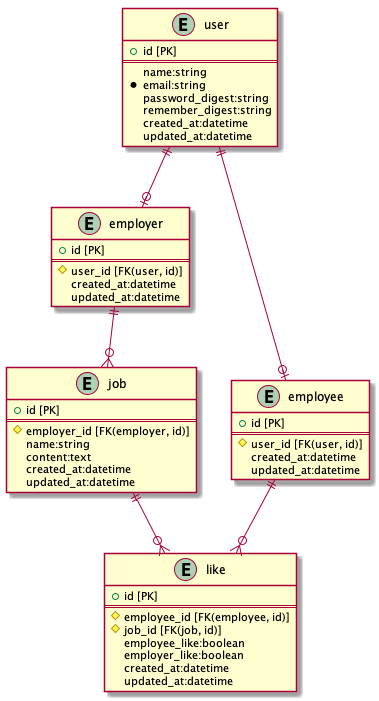
Earlier version of the PlantUML export out/ER-diagram/prototype.png (muryakami/Like-App).
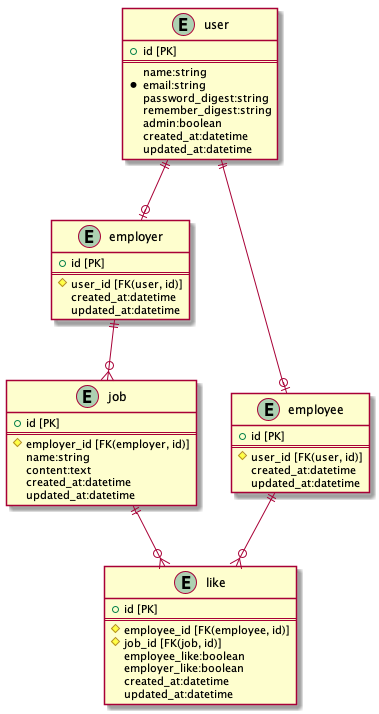
Above is the later version.

What changed in the source:
```diff
@@ -7,6 +7,7 @@
   * email:string
   password_digest:string
   remember_digest:string
+  admin:boolean
   created_at:datetime
   updated_at:datetime
 }
```
